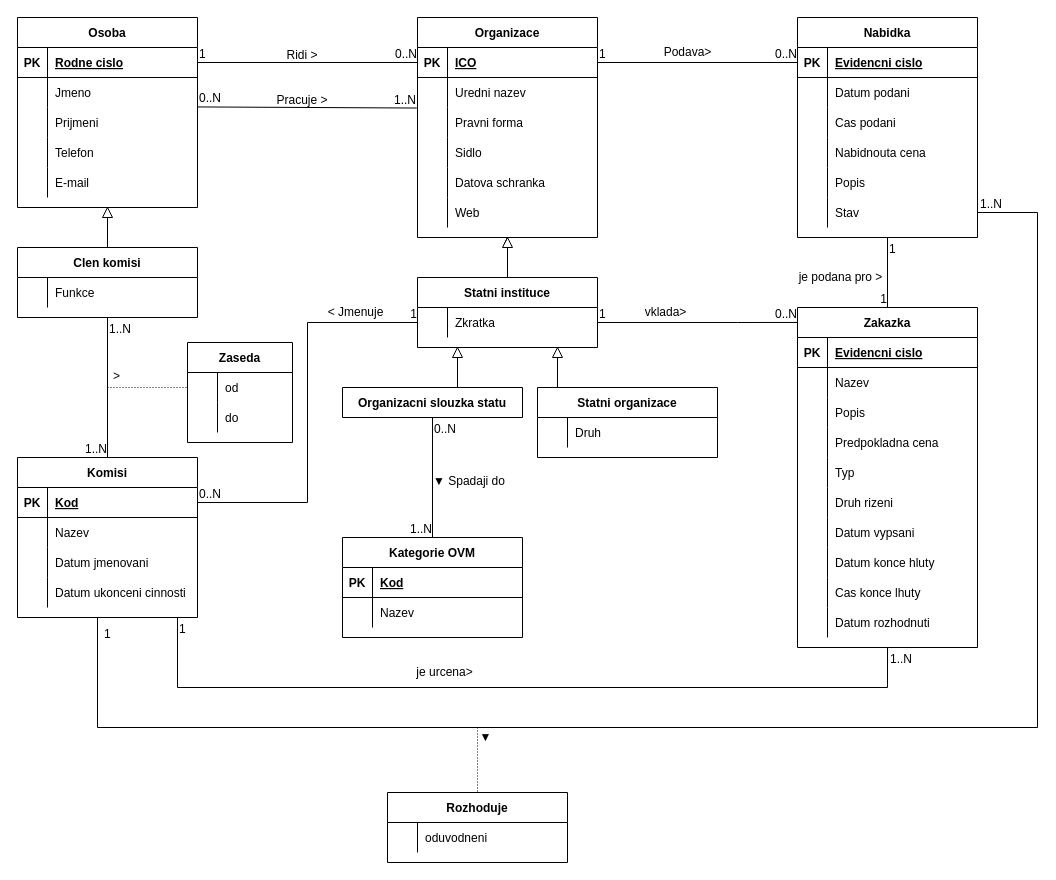
The draw.io diagram Диаграмма без названия.drawio in xshche05/IUS, before the edit. Source tidied: cells renumbered, new cells numbered last; positions are measured from the earlier drawing's top-left corner, leaving out a move shared by most shapes. Both pictures are drawn from the tidied source at 100%, with x=0, y=0 at pixel (17, 17).
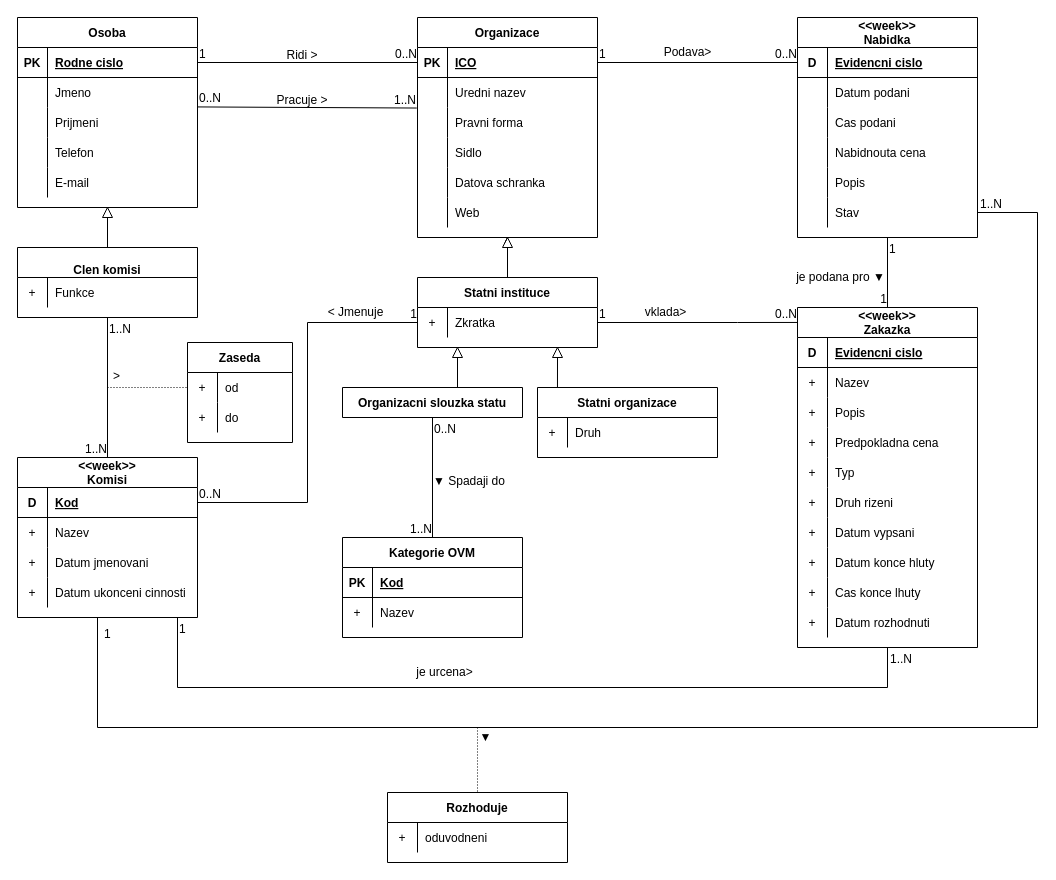
Above is the later version.

The change refers to these unchanged cells:
```xml
<mxCell id="38" style="shape=tableRow;horizontal=0;startSize=0;swimlaneHead=0;swimlaneBody=0;fillColor=none;points=[[0,0.5],[1,0.5]];portConstraint=eastwest;top=0;left=0;right=0;bottom=1;" parent="37" vertex="1">
  <mxGeometry y="30" width="180" height="30" as="geometry" />
</mxCell>
<mxCell id="41" style="shape=tableRow;horizontal=0;startSize=0;swimlaneHead=0;swimlaneBody=0;fillColor=none;top=0;left=0;right=0;bottom=0;" parent="37" vertex="1">
  <mxGeometry y="60" width="180" height="30" as="geometry" />
</mxCell>
<mxCell id="44" style="shape=tableRow;horizontal=0;startSize=0;swimlaneHead=0;swimlaneBody=0;fillColor=none;top=0;left=0;right=0;bottom=0;" parent="37" vertex="1">
  <mxGeometry y="90" width="180" height="30" as="geometry" />
</mxCell>
<mxCell id="47" style="shape=tableRow;horizontal=0;startSize=0;swimlaneHead=0;swimlaneBody=0;fillColor=none;top=0;left=0;right=0;bottom=0;" parent="37" vertex="1">
  <mxGeometry y="120" width="180" height="30" as="geometry" />
</mxCell>
<mxCell id="51" style="shape=tableRow;horizontal=0;startSize=0;swimlaneHead=0;swimlaneBody=0;fillColor=none;top=0;left=0;right=0;bottom=0;" parent="50" vertex="1">
  <mxGeometry y="30" width="180" height="30" as="geometry" />
</mxCell>
<mxCell id="73" style="shape=tableRow;horizontal=0;startSize=0;swimlaneHead=0;swimlaneBody=0;fillColor=none;points=[[0,0.5],[1,0.5]];portConstraint=eastwest;top=0;left=0;right=0;bottom=0;" parent="72" vertex="1">
  <mxGeometry y="30" width="105" height="30" as="geometry" />
</mxCell>
<mxCell id="76" style="shape=tableRow;horizontal=0;startSize=0;swimlaneHead=0;swimlaneBody=0;fillColor=none;top=0;left=0;right=0;bottom=0;" parent="72" vertex="1">
  <mxGeometry y="60" width="105" height="30" as="geometry" />
</mxCell>
<mxCell id="81" style="shape=tableRow;horizontal=0;startSize=0;swimlaneHead=0;swimlaneBody=0;fillColor=none;points=[[0,0.5],[1,0.5]];portConstraint=eastwest;top=0;left=0;right=0;bottom=0;" parent="80" vertex="1">
  <mxGeometry y="30" width="180" height="30" as="geometry" />
</mxCell>
<mxCell id="86" style="shape=tableRow;horizontal=0;startSize=0;swimlaneHead=0;swimlaneBody=0;fillColor=none;top=0;left=0;right=0;bottom=0;" parent="85" vertex="1">
  <mxGeometry y="30" width="180" height="30" as="geometry" />
</mxCell>
<mxCell id="100" style="shape=tableRow;horizontal=0;startSize=0;swimlaneHead=0;swimlaneBody=0;fillColor=none;top=0;left=0;right=0;bottom=0;" parent="96" vertex="1">
  <mxGeometry y="60" width="180" height="30" as="geometry" />
</mxCell>
<mxCell id="108" style="shape=tableRow;horizontal=0;startSize=0;swimlaneHead=0;swimlaneBody=0;fillColor=none;top=0;left=0;right=0;bottom=1;" parent="107" vertex="1">
  <mxGeometry y="30" width="180" height="30" as="geometry" />
</mxCell>
<mxCell id="111" style="shape=tableRow;horizontal=0;startSize=0;swimlaneHead=0;swimlaneBody=0;fillColor=none;top=0;left=0;right=0;bottom=0;" parent="107" vertex="1">
  <mxGeometry y="60" width="180" height="30" as="geometry" />
</mxCell>
<mxCell id="114" style="shape=tableRow;horizontal=0;startSize=0;swimlaneHead=0;swimlaneBody=0;fillColor=none;top=0;left=0;right=0;bottom=0;" parent="107" vertex="1">
  <mxGeometry y="90" width="180" height="30" as="geometry" />
</mxCell>
<mxCell id="117" style="shape=tableRow;horizontal=0;startSize=0;swimlaneHead=0;swimlaneBody=0;fillColor=none;top=0;left=0;right=0;bottom=0;" parent="107" vertex="1">
  <mxGeometry y="120" width="180" height="30" as="geometry" />
</mxCell>
<mxCell id="120" style="shape=tableRow;horizontal=0;startSize=0;swimlaneHead=0;swimlaneBody=0;fillColor=none;top=0;left=0;right=0;bottom=0;" parent="107" vertex="1">
  <mxGeometry y="150" width="180" height="30" as="geometry" />
</mxCell>
<mxCell id="123" style="shape=tableRow;horizontal=0;startSize=0;swimlaneHead=0;swimlaneBody=0;fillColor=none;top=0;left=0;right=0;bottom=0;" parent="107" vertex="1">
  <mxGeometry y="180" width="180" height="30" as="geometry" />
</mxCell>
<mxCell id="126" style="shape=tableRow;horizontal=0;startSize=0;swimlaneHead=0;swimlaneBody=0;fillColor=none;top=0;left=0;right=0;bottom=0;" parent="107" vertex="1">
  <mxGeometry y="210" width="180" height="30" as="geometry" />
</mxCell>
<mxCell id="129" style="shape=tableRow;horizontal=0;startSize=0;swimlaneHead=0;swimlaneBody=0;fillColor=none;top=0;left=0;right=0;bottom=0;" parent="107" vertex="1">
  <mxGeometry y="240" width="180" height="30" as="geometry" />
</mxCell>
<mxCell id="132" style="shape=tableRow;horizontal=0;startSize=0;swimlaneHead=0;swimlaneBody=0;fillColor=none;top=0;left=0;right=0;bottom=0;" parent="107" vertex="1">
  <mxGeometry y="270" width="180" height="30" as="geometry" />
</mxCell>
<mxCell id="135" style="shape=tableRow;horizontal=0;startSize=0;swimlaneHead=0;swimlaneBody=0;fillColor=none;top=0;left=0;right=0;bottom=0;" parent="107" vertex="1">
  <mxGeometry y="300" width="180" height="30" as="geometry" />
</mxCell>
<mxCell id="151" style="shape=tableRow;horizontal=0;startSize=0;swimlaneHead=0;swimlaneBody=0;fillColor=none;points=[[0,0.5],[1,0.5]];portConstraint=eastwest;top=0;left=0;right=0;bottom=1;" parent="150" vertex="1">
  <mxGeometry y="30" width="180" height="30" as="geometry" />
</mxCell>
<mxCell id="181" style="shape=tableRow;horizontal=0;startSize=0;swimlaneHead=0;swimlaneBody=0;fillColor=none;top=0;left=0;right=0;bottom=0;" parent="180" vertex="1">
  <mxGeometry y="30" width="180" height="30" as="geometry" />
</mxCell>
```

Change to the diagram source:
```diff
@@
-    <mxCell id="37" value="Komisi" style="shape=table;startSize=30;childLayout=tableLayout;rowLines=0;fontStyle=1;align=center;" parent="1" vertex="1">
+    <mxCell id="37" value="&lt;&lt;week&gt;&gt;&#10;Komisi" style="shape=table;startSize=30;childLayout=tableLayout;rowLines=0;fontStyle=1;align=center;" parent="1" vertex="1">
       <mxGeometry y="440" width="180" height="160" as="geometry" />
     </mxCell>
@@
-    <mxCell id="39" value="PK" style="shape=partialRectangle;fillColor=none;top=0;left=0;bottom=0;right=0;fontStyle=1;overflow=hidden;" parent="38" vertex="1">
+    <mxCell id="39" value="D" style="shape=partialRectangle;fillColor=none;top=0;left=0;bottom=0;right=0;fontStyle=1;overflow=hidden;" parent="38" vertex="1">
       <mxGeometry width="30" height="30" as="geometry" />
     </mxCell>
@@
-    <mxCell id="42" style="shape=partialRectangle;fillColor=none;top=0;left=0;bottom=0;right=0;overflow=hidden;" parent="41" vertex="1">
+    <mxCell id="42" value="+" style="shape=partialRectangle;fillColor=none;top=0;left=0;bottom=0;right=0;overflow=hidden;" parent="41" vertex="1">
       <mxGeometry width="30" height="30" as="geometry" />
     </mxCell>
@@
-    <mxCell id="45" style="shape=partialRectangle;fillColor=none;top=0;left=0;bottom=0;right=0;overflow=hidden;" parent="44" vertex="1">
+    <mxCell id="45" value="+" style="shape=partialRectangle;fillColor=none;top=0;left=0;bottom=0;right=0;overflow=hidden;" parent="44" vertex="1">
       <mxGeometry width="30" height="30" as="geometry" />
     </mxCell>
@@
-    <mxCell id="48" style="shape=partialRectangle;fillColor=none;top=0;left=0;bottom=0;right=0;overflow=hidden;" parent="47" vertex="1">
+    <mxCell id="48" value="+" style="shape=partialRectangle;fillColor=none;top=0;left=0;bottom=0;right=0;overflow=hidden;" parent="47" vertex="1">
       <mxGeometry width="30" height="30" as="geometry" />
     </mxCell>
@@
-    <mxCell id="50" value="Clen komisi" style="shape=table;startSize=30;childLayout=tableLayout;rowLines=0;fontStyle=1;align=center;" parent="1" vertex="1">
+    <mxCell id="50" value="&#10;Clen komisi" style="shape=table;startSize=30;childLayout=tableLayout;rowLines=0;fontStyle=1;align=center;" parent="1" vertex="1">
       <mxGeometry y="230" width="180" height="70" as="geometry" />
     </mxCell>
@@
-    <mxCell id="52" style="shape=partialRectangle;fillColor=none;top=0;left=0;bottom=0;right=0;overflow=hidden;" parent="51" vertex="1">
+    <mxCell id="52" value="+" style="shape=partialRectangle;fillColor=none;top=0;left=0;bottom=0;right=0;overflow=hidden;" parent="51" vertex="1">
       <mxGeometry width="30" height="30" as="geometry" />
     </mxCell>
@@
-    <mxCell id="74" style="shape=partialRectangle;fillColor=none;top=0;left=0;bottom=0;right=0;overflow=hidden;" parent="73" vertex="1">
+    <mxCell id="74" value="+" style="shape=partialRectangle;fillColor=none;top=0;left=0;bottom=0;right=0;overflow=hidden;" parent="73" vertex="1">
       <mxGeometry width="30" height="30" as="geometry" />
     </mxCell>
@@
-    <mxCell id="77" style="shape=partialRectangle;fillColor=none;top=0;left=0;bottom=0;right=0;overflow=hidden;" parent="76" vertex="1">
+    <mxCell id="77" value="+" style="shape=partialRectangle;fillColor=none;top=0;left=0;bottom=0;right=0;overflow=hidden;" parent="76" vertex="1">
       <mxGeometry width="30" height="30" as="geometry" />
     </mxCell>
@@
-    <mxCell id="82" style="shape=partialRectangle;fillColor=none;top=0;left=0;bottom=0;right=0;overflow=hidden;" parent="81" vertex="1">
+    <mxCell id="82" value="+" style="shape=partialRectangle;fillColor=none;top=0;left=0;bottom=0;right=0;overflow=hidden;" parent="81" vertex="1">
       <mxGeometry width="30" height="30" as="geometry" />
     </mxCell>
@@
-    <mxCell id="87" style="shape=partialRectangle;fillColor=none;top=0;left=0;bottom=0;right=0;overflow=hidden;" parent="86" vertex="1">
+    <mxCell id="87" value="+" style="shape=partialRectangle;fillColor=none;top=0;left=0;bottom=0;right=0;overflow=hidden;" parent="86" vertex="1">
       <mxGeometry width="30" height="30" as="geometry" />
     </mxCell>
@@
-    <mxCell id="101" style="shape=partialRectangle;fillColor=none;top=0;left=0;bottom=0;right=0;overflow=hidden;" parent="100" vertex="1">
+    <mxCell id="101" value="+" style="shape=partialRectangle;fillColor=none;top=0;left=0;bottom=0;right=0;overflow=hidden;" parent="100" vertex="1">
       <mxGeometry width="30" height="30" as="geometry" />
     </mxCell>
@@
-    <mxCell id="107" value="Zakazka" style="shape=table;startSize=30;childLayout=tableLayout;rowLines=0;fontStyle=1;align=center;" parent="1" vertex="1">
+    <mxCell id="107" value="&lt;&lt;week&gt;&gt;&#10;Zakazka" style="shape=table;startSize=30;childLayout=tableLayout;rowLines=0;fontStyle=1;align=center;" parent="1" vertex="1">
       <mxGeometry x="780" y="290" width="180" height="340" as="geometry" />
     </mxCell>
@@
-    <mxCell id="109" value="PK" style="shape=partialRectangle;fillColor=none;top=0;left=0;bottom=0;right=0;fontStyle=1;overflow=hidden;" parent="108" vertex="1">
+    <mxCell id="109" value="D" style="shape=partialRectangle;fillColor=none;top=0;left=0;bottom=0;right=0;fontStyle=1;overflow=hidden;" parent="108" vertex="1">
       <mxGeometry width="30" height="30" as="geometry" />
     </mxCell>
@@
-    <mxCell id="112" style="shape=partialRectangle;fillColor=none;top=0;left=0;bottom=0;right=0;overflow=hidden;" parent="111" vertex="1">
+    <mxCell id="112" value="+" style="shape=partialRectangle;fillColor=none;top=0;left=0;bottom=0;right=0;overflow=hidden;" parent="111" vertex="1">
       <mxGeometry width="30" height="30" as="geometry" />
     </mxCell>
@@
-    <mxCell id="115" style="shape=partialRectangle;fillColor=none;top=0;left=0;bottom=0;right=0;overflow=hidden;" parent="114" vertex="1">
+    <mxCell id="115" value="+" style="shape=partialRectangle;fillColor=none;top=0;left=0;bottom=0;right=0;overflow=hidden;" parent="114" vertex="1">
       <mxGeometry width="30" height="30" as="geometry" />
     </mxCell>
@@
-    <mxCell id="118" style="shape=partialRectangle;fillColor=none;top=0;left=0;bottom=0;right=0;overflow=hidden;" parent="117" vertex="1">
+    <mxCell id="118" value="+" style="shape=partialRectangle;fillColor=none;top=0;left=0;bottom=0;right=0;overflow=hidden;" parent="117" vertex="1">
       <mxGeometry width="30" height="30" as="geometry" />
     </mxCell>
@@
-    <mxCell id="121" style="shape=partialRectangle;fillColor=none;top=0;left=0;bottom=0;right=0;overflow=hidden;" parent="120" vertex="1">
+    <mxCell id="121" value="+" style="shape=partialRectangle;fillColor=none;top=0;left=0;bottom=0;right=0;overflow=hidden;" parent="120" vertex="1">
       <mxGeometry width="30" height="30" as="geometry" />
     </mxCell>
@@
-    <mxCell id="124" style="shape=partialRectangle;fillColor=none;top=0;left=0;bottom=0;right=0;overflow=hidden;" parent="123" vertex="1">
+    <mxCell id="124" value="+" style="shape=partialRectangle;fillColor=none;top=0;left=0;bottom=0;right=0;overflow=hidden;" parent="123" vertex="1">
       <mxGeometry width="30" height="30" as="geometry" />
     </mxCell>
@@
-    <mxCell id="127" style="shape=partialRectangle;fillColor=none;top=0;left=0;bottom=0;right=0;overflow=hidden;" parent="126" vertex="1">
+    <mxCell id="127" value="+" style="shape=partialRectangle;fillColor=none;top=0;left=0;bottom=0;right=0;overflow=hidden;" parent="126" vertex="1">
       <mxGeometry width="30" height="30" as="geometry" />
     </mxCell>
@@
-    <mxCell id="130" style="shape=partialRectangle;fillColor=none;top=0;left=0;bottom=0;right=0;overflow=hidden;" parent="129" vertex="1">
+    <mxCell id="130" value="+" style="shape=partialRectangle;fillColor=none;top=0;left=0;bottom=0;right=0;overflow=hidden;" parent="129" vertex="1">
       <mxGeometry width="30" height="30" as="geometry" />
     </mxCell>
@@
-    <mxCell id="133" style="shape=partialRectangle;fillColor=none;top=0;left=0;bottom=0;right=0;overflow=hidden;" parent="132" vertex="1">
+    <mxCell id="133" value="+" style="shape=partialRectangle;fillColor=none;top=0;left=0;bottom=0;right=0;overflow=hidden;" parent="132" vertex="1">
       <mxGeometry width="30" height="30" as="geometry" />
     </mxCell>
@@
-    <mxCell id="136" style="shape=partialRectangle;fillColor=none;top=0;left=0;bottom=0;right=0;overflow=hidden;" parent="135" vertex="1">
+    <mxCell id="136" value="+" style="shape=partialRectangle;fillColor=none;top=0;left=0;bottom=0;right=0;overflow=hidden;" parent="135" vertex="1">
       <mxGeometry width="30" height="30" as="geometry" />
     </mxCell>
@@
-    <mxCell id="150" value="Nabidka" style="shape=table;startSize=30;childLayout=tableLayout;rowLines=0;fontStyle=1;align=center;" parent="1" vertex="1">
+    <mxCell id="150" value="&lt;&lt;week&gt;&gt;&#10;Nabidka" style="shape=table;startSize=30;childLayout=tableLayout;rowLines=0;fontStyle=1;align=center;" parent="1" vertex="1">
       <mxGeometry x="780" width="180" height="220" as="geometry" />
     </mxCell>
@@
-    <mxCell id="152" value="PK" style="shape=partialRectangle;fillColor=none;top=0;left=0;bottom=0;right=0;fontStyle=1;overflow=hidden;" parent="151" vertex="1">
+    <mxCell id="152" value="D" style="shape=partialRectangle;fillColor=none;top=0;left=0;bottom=0;right=0;fontStyle=1;overflow=hidden;" parent="151" vertex="1">
       <mxGeometry width="30" height="30" as="geometry" />
     </mxCell>
@@
-    <mxCell id="176" value="je podana pro &amp;gt;" style="text;html=1;align=center;verticalAlign=middle;strokeColor=none;fillColor=none;" parent="1" vertex="1">
-      <mxGeometry x="770" y="245" width="105" height="30" as="geometry" />
+    <mxCell id="176" value="je podana pro&amp;nbsp;&lt;span style=&quot;text-align: left;&quot;&gt;▼&lt;br&gt;&lt;/span&gt;" style="text;html=1;align=center;verticalAlign=middle;strokeColor=none;fillColor=none;" parent="1" vertex="1">
+      <mxGeometry x="768" y="245" width="110" height="30" as="geometry" />
     </mxCell>
@@
-    <mxCell id="182" style="shape=partialRectangle;fillColor=none;top=0;left=0;bottom=0;right=0;overflow=hidden;" parent="181" vertex="1">
+    <mxCell id="182" value="+" style="shape=partialRectangle;fillColor=none;top=0;left=0;bottom=0;right=0;overflow=hidden;" parent="181" vertex="1">
       <mxGeometry width="30" height="30" as="geometry" />
     </mxCell>
```
